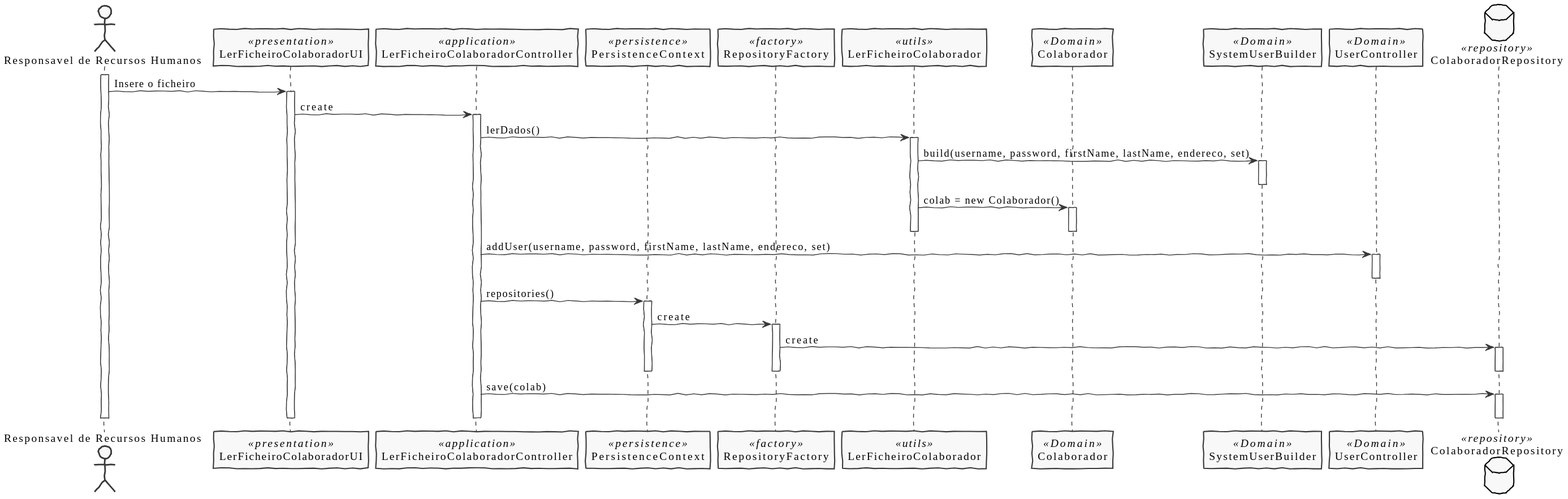
pedrolemos4/LAPR4 keeps this PlantUML diagram as docs/US2051/SD_Ficheiro.svg. Above is the earlier version.
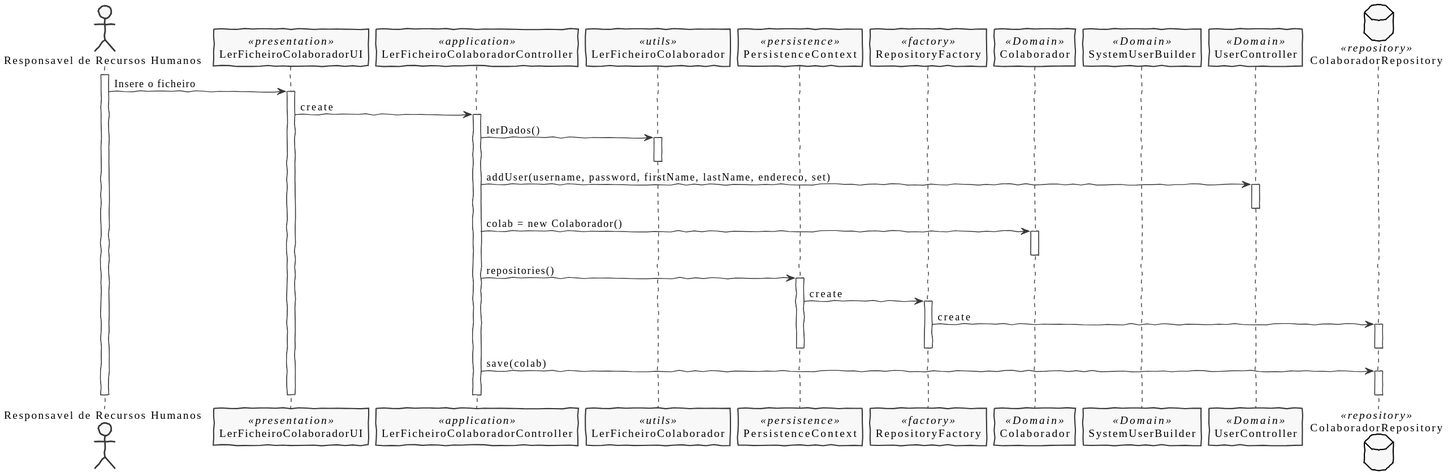
The same diagram one commit later.

Change to the diagram source:
```diff
@@ -8,9 +8,9 @@
 Actor "Responsavel de Recursos Humanos" as Actor
 participant LerFicheiroColaboradorUI as UI <<presentation>>
 participant LerFicheiroColaboradorController as Controller <<application>>
+participant LerFicheiroColaborador as LerFicheiroColaborador <<utils>>
 participant PersistenceContext as Persistence <<persistence>>
 participant RepositoryFactory as Factory <<factory>>
-participant LerFicheiroColaborador as LerFicheiroColaborador <<utils>>
 participant Colaborador as Colaborador <<Domain>>
 participant SystemUserBuilder as SystemUserBuilder <<Domain>>
 participant UserController as UserController <<Domain>>
@@ -24,17 +24,14 @@
     activate Controller
       Controller -> LerFicheiroColaborador: lerDados()
     activate LerFicheiroColaborador
-      LerFicheiroColaborador -> SystemUserBuilder: build(username, password, firstName, lastName, endereco, set)
-    activate SystemUserBuilder
-    deactivate SystemUserBuilder
-      LerFicheiroColaborador -> Colaborador: colab = new Colaborador()
-    activate Colaborador
-    deactivate Colaborador
-    deactivate LerFicheiroColaborador
+    deactivate
       Controller -> UserController: addUser(username, password, firstName, lastName, endereco, set)
     activate UserController
     deactivate UserController
-    Controller -> Persistence: repositories()
+      Controller -> Colaborador: colab = new Colaborador()
+    activate Colaborador
+    deactivate Colaborador
+      Controller -> Persistence: repositories()
     activate Persistence
       Persistence -> Factory: create
     activate Factory
@@ -46,6 +43,7 @@
       Controller -> CRepository: save(colab)
     activate CRepository
     deactivate CRepository
+    deactivate LerFicheiroColaborador
     deactivate Controller
     deactivate UI
 
```
